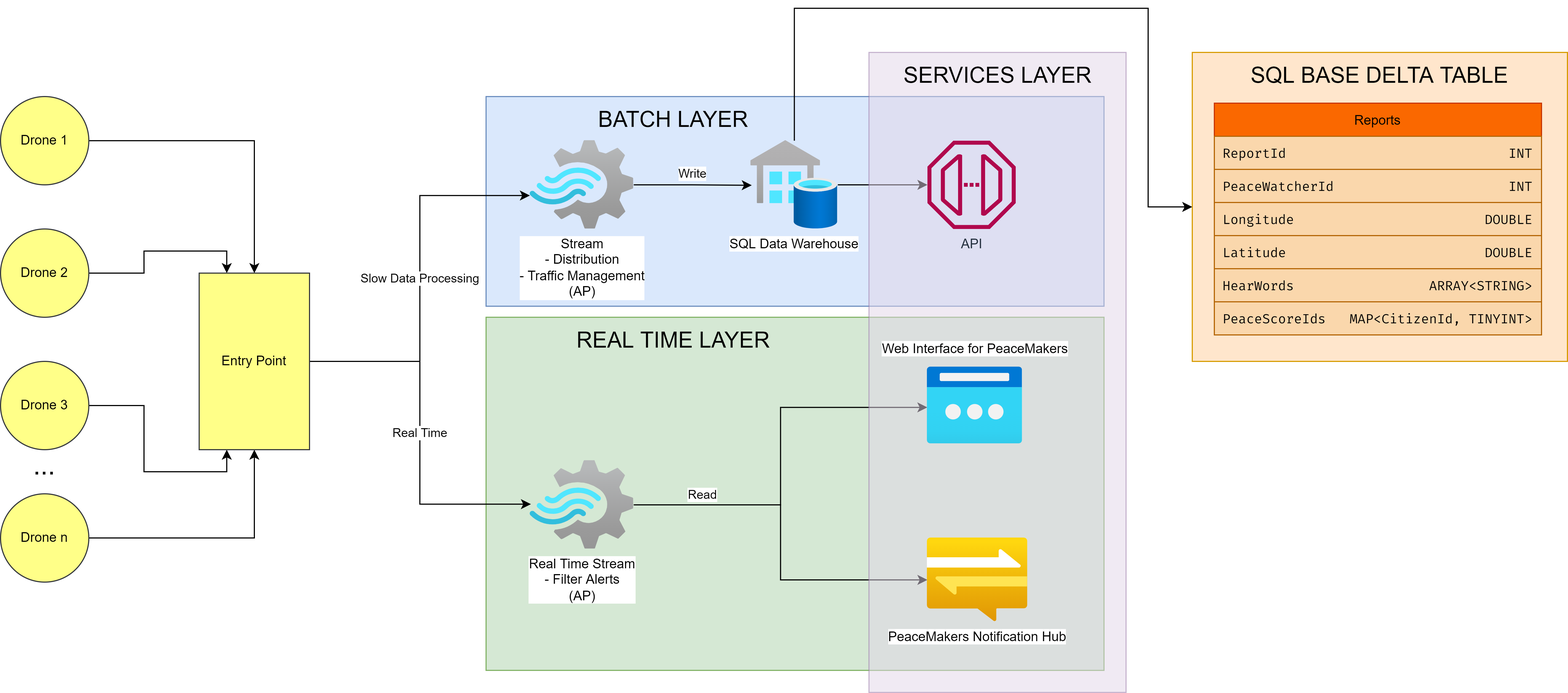
Earlier version of the draw.io export ressources/architecture.png (Timelessprod/Stream-reader). Source tidied: cells renumbered, new cells last; positions are measured from the earlier drawing's top-left corner, leaving out a move shared by most shapes.
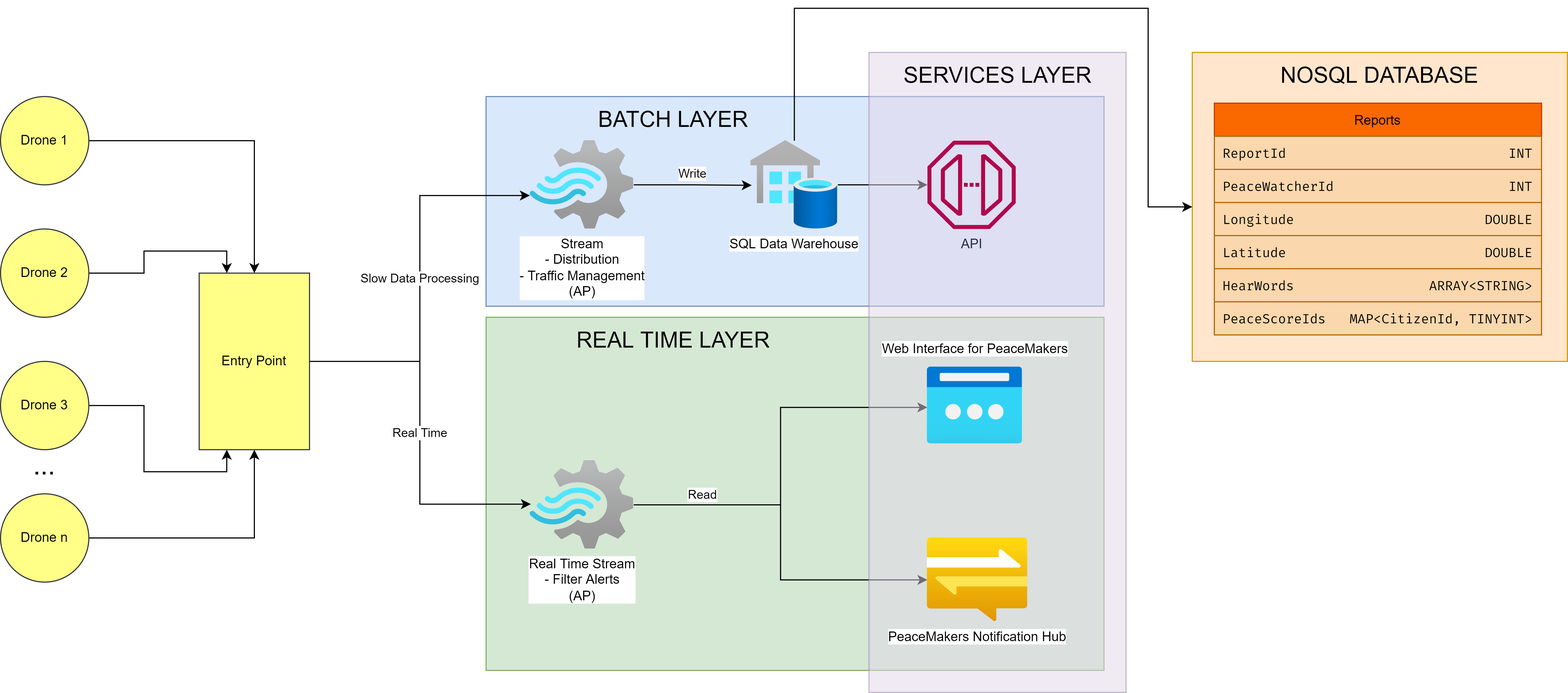
Later version of the same file.

The edit, as a diff of the source:
```diff
@@ -98,7 +98,7 @@
     <mxCell id="31" value="Stream&lt;br&gt;- Distribution&lt;br&gt;- Traffic Management&lt;br&gt;(AP)" style="html=1;points=[];align=center;image;fontSize=12;image=img/lib/azure2/iot/Stream_Analytics_Jobs.svg;fontFamily=Helvetica;" parent="1" vertex="1">
       <mxGeometry x="480" y="120" width="93.8" height="80" as="geometry" />
     </mxCell>
-    <mxCell id="32" value="SQL BASE DELTA TABLE" style="text;html=1;strokeColor=none;fillColor=none;align=center;verticalAlign=middle;whiteSpace=wrap;rounded=0;fontFamily=Helvetica;fontSize=20;" parent="1" vertex="1">
+    <mxCell id="32" value="NOSQL DATABASE" style="text;html=1;strokeColor=none;fillColor=none;align=center;verticalAlign=middle;whiteSpace=wrap;rounded=0;fontFamily=Helvetica;fontSize=20;" parent="1" vertex="1">
       <mxGeometry x="1100" y="50" width="300" height="20" as="geometry" />
     </mxCell>
     <mxCell id="33" value="REAL TIME LAYER" style="text;html=1;strokeColor=none;fillColor=none;align=center;verticalAlign=middle;whiteSpace=wrap;rounded=0;fontFamily=Helvetica;fontSize=20;" parent="1" vertex="1">
```
